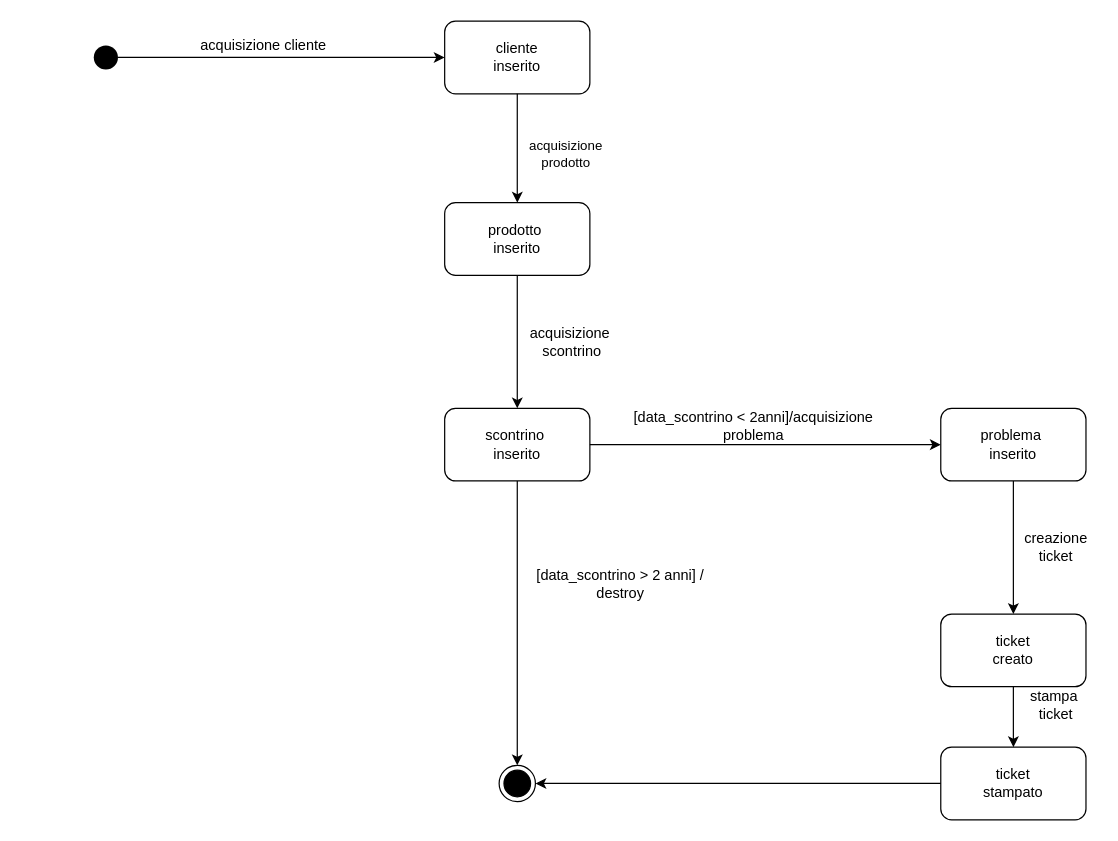
The draw.io diagram stato/state1.drawio in Ciro-Fusco/NewDM, before the edit. Source tidied: cells renumbered, new cells numbered last; positions are measured from the earlier drawing's top-left corner, leaving out a move shared by most shapes. Both pictures are drawn from the tidied source at 121%, with x=0, y=0 at pixel (93, 21).
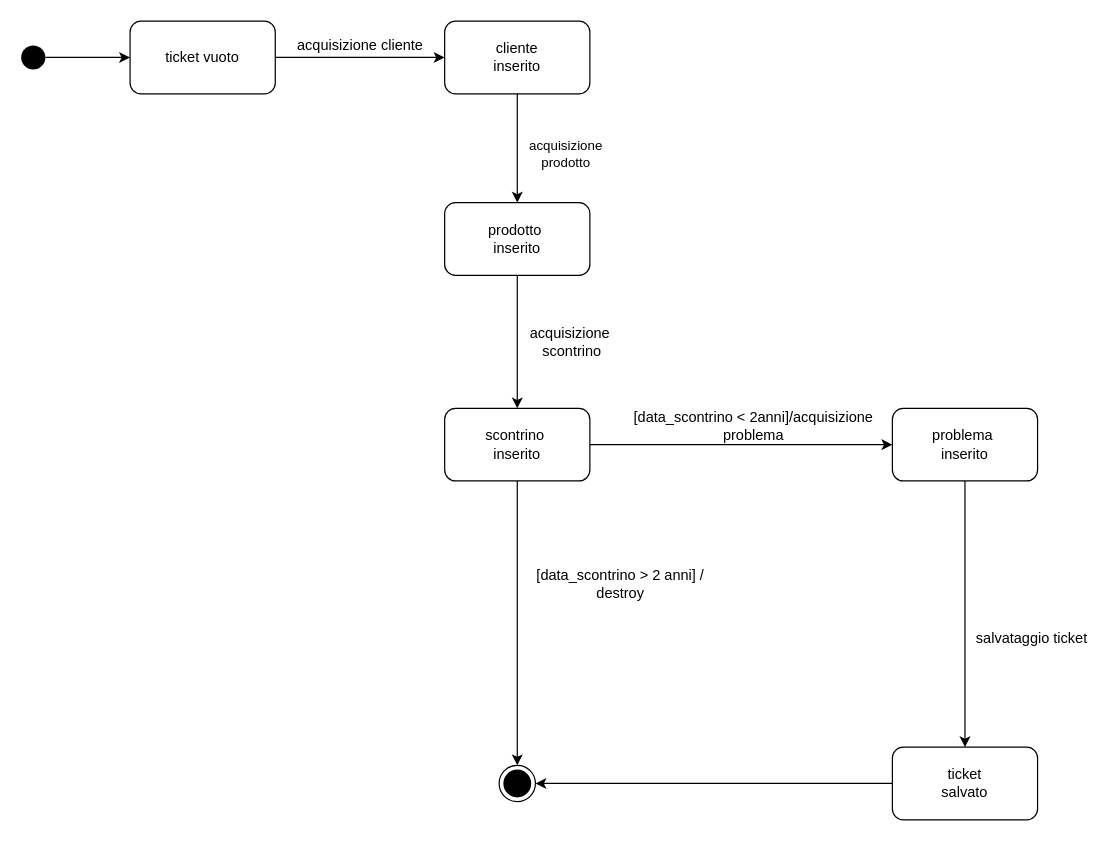
Above is the later version.

Commit message (it also covers changes not shown here):
Modifiche a state diagram

Unchanged cells that the change refers to:
```xml
<mxCell id="2" value="cliente &lt;br&gt;inserito" style="rounded=1;whiteSpace=wrap;html=1;" parent="1" vertex="1">
  <mxGeometry x="290" width="120" height="60" as="geometry" />
</mxCell>
<mxCell id="22" style="ellipse;html=1;shape=endState;fillColor=#000000;strokeColor=#000000;" parent="1" vertex="1">
  <mxGeometry x="335" y="615" width="30" height="30" as="geometry" />
</mxCell>
```

Change to the diagram source:
```diff
@@
-    <mxCell id="3" style="endArrow=classic;html=1;entryX=0;entryY=0.5;entryDx=0;entryDy=0;" parent="1" edge="1" target="2">
-      <mxGeometry relative="1" as="geometry">
-        <mxPoint x="20" y="30" as="sourcePoint" />
-      </mxGeometry>
+    <mxCell id="3" style="endArrow=classic;html=1;entryX=0;entryY=0.5;entryDx=0;entryDy=0;exitX=1;exitY=0.5;exitDx=0;exitDy=0;" parent="1" edge="1" source="25" target="2">
+      <mxGeometry relative="1" as="geometry" />
     </mxCell>
     <mxCell id="4" value="acquisizione cliente" style="text;html=1;align=center;verticalAlign=middle;" parent="1" vertex="1">
-      <mxGeometry x="80" y="10" width="120" height="20" as="geometry" />
+      <mxGeometry x="160" y="10" width="120" height="20" as="geometry" />
     </mxCell>
@@
+    <mxCell id="24" style="edgeStyle=orthogonalEdgeStyle;rounded=0;jettySize=auto;html=1;" parent="1" edge="1" source="7" target="25">
+      <mxGeometry relative="1" as="geometry" />
+    </mxCell>
     <mxCell id="7" style="ellipse;fillColor=#000000;strokeColor=none;" parent="1" vertex="1">
-      <mxGeometry y="20" width="20" height="20" as="geometry" />
+      <mxGeometry x="-60" y="20" width="20" height="20" as="geometry" />
     </mxCell>
@@
     <mxCell id="12" value="problema&amp;nbsp;&lt;br&gt;inserito" style="rounded=1;whiteSpace=wrap;html=1;" parent="1" vertex="1">
-      <mxGeometry x="700" y="320" width="120" height="60" as="geometry" />
+      <mxGeometry x="660" y="320" width="120" height="60" as="geometry" />
     </mxCell>
@@
-    <mxCell id="14" value="ticket&lt;br&gt;creato" style="rounded=1;whiteSpace=wrap;html=1;" parent="1" vertex="1">
-      <mxGeometry x="700" y="490" width="120" height="60" as="geometry" />
+    <mxCell id="14" value="ticket&lt;br&gt;salvato" style="rounded=1;whiteSpace=wrap;html=1;" parent="1" vertex="1">
+      <mxGeometry x="660" y="600" width="120" height="60" as="geometry" />
     </mxCell>
@@
-    <mxCell id="16" value="creazione &lt;br&gt;ticket" style="text;html=1;align=center;verticalAlign=middle;" parent="1" vertex="1">
-      <mxGeometry x="760" y="420" width="70" height="30" as="geometry" />
+    <mxCell id="16" value="salvataggio ticket" style="text;html=1;align=center;verticalAlign=middle;" parent="1" vertex="1">
+      <mxGeometry x="720" y="500" width="110" height="20" as="geometry" />
     </mxCell>
-    <mxCell id="17" style="endArrow=classic;html=1;exitX=0.5;exitY=1;exitDx=0;exitDy=0;" parent="1" edge="1" source="14" target="18">
+    <mxCell id="17" style="endArrow=classic;html=1;exitX=0;exitY=0.5;exitDx=0;exitDy=0;entryX=1;entryY=0.5;entryDx=0;entryDy=0;" parent="1" edge="1" source="14" target="22">
       <mxGeometry relative="1" as="geometry" />
     </mxCell>
-    <mxCell id="18" value="ticket&lt;br&gt;stampato" style="rounded=1;whiteSpace=wrap;html=1;" parent="1" vertex="1">
-      <mxGeometry x="700" y="600" width="120" height="60" as="geometry" />
-    </mxCell>
-    <mxCell id="19" value="stampa&amp;nbsp;&lt;br&gt;ticket" style="text;html=1;align=center;verticalAlign=middle;" parent="1" vertex="1">
-      <mxGeometry x="765" y="550" width="60" height="30" as="geometry" />
-    </mxCell>
-    <mxCell id="20" style="endArrow=classic;html=1;exitX=0;exitY=0.5;exitDx=0;exitDy=0;" parent="1" edge="1" source="18" target="22">
-      <mxGeometry relative="1" as="geometry" />
-    </mxCell>
@@
+    <mxCell id="25" value="ticket vuoto" style="rounded=1;whiteSpace=wrap;html=1;" parent="1" vertex="1">
+      <mxGeometry x="30" width="120" height="60" as="geometry" />
+    </mxCell>
```
